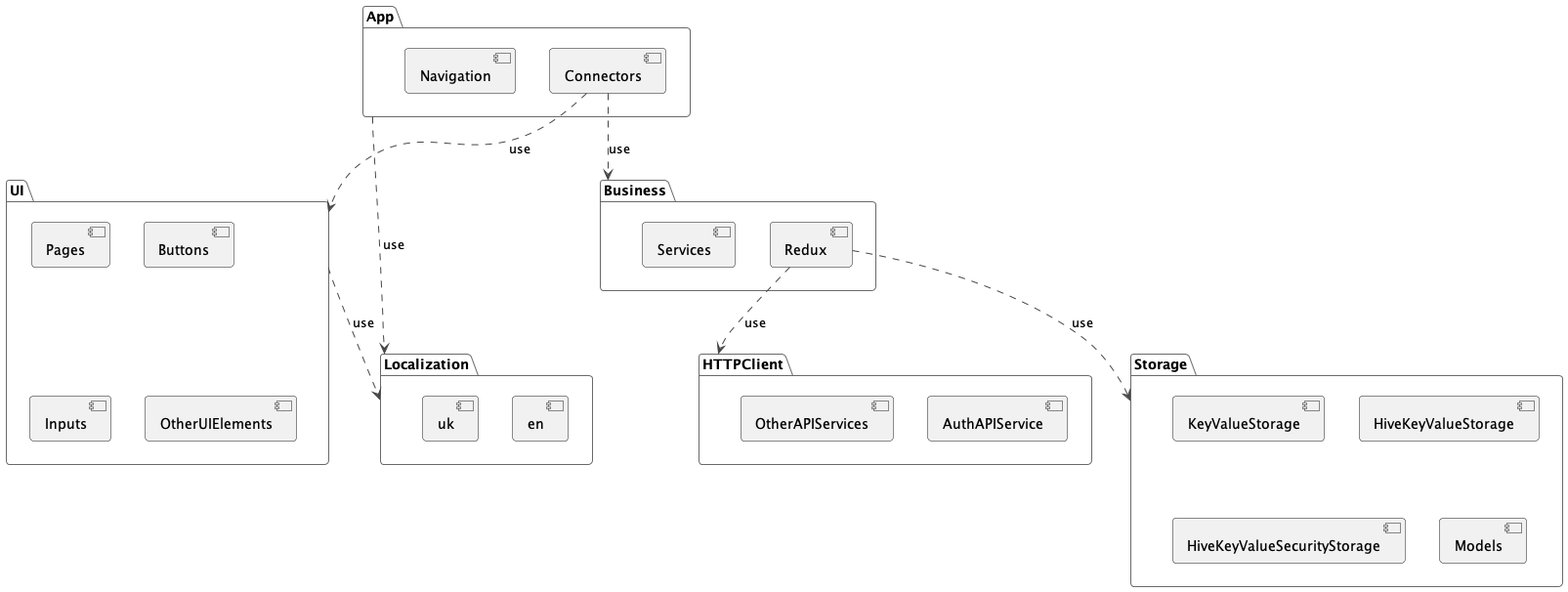
Before: doc/out/modules/modules.png, a diagram exported from PlantUML (pro100andrey/flutter_redux_templates).
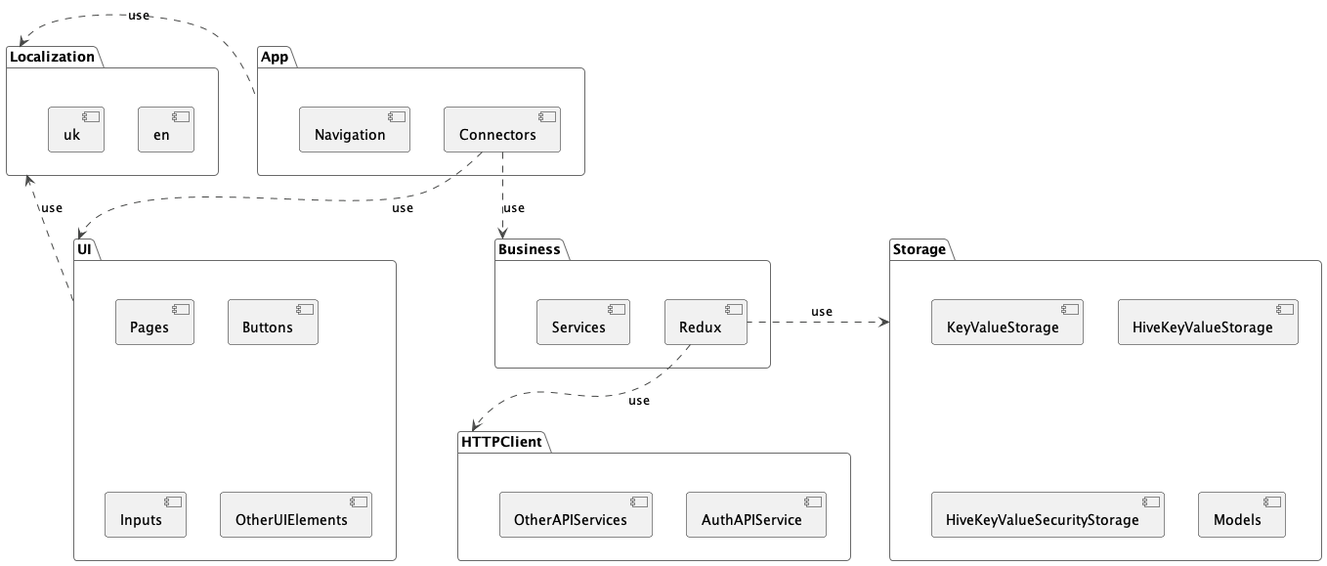
After the change.

Commit message:
update modules diagram

Change to the diagram source:
```diff
@@ -6,7 +6,7 @@
     [Navigation]
     Connectors ..> Business: use
     Connectors ..> UI: use
-    App ..> Localization: use
+    App .left.> Localization: use
 }
 
 package "UI" {
@@ -37,7 +37,7 @@
 package "Business" {
     [Redux]
     [Services]
-    Redux ..> Storage: use
+    Redux .left.> Storage: use
     Redux ..> HTTPClient: use
 }
 
```
